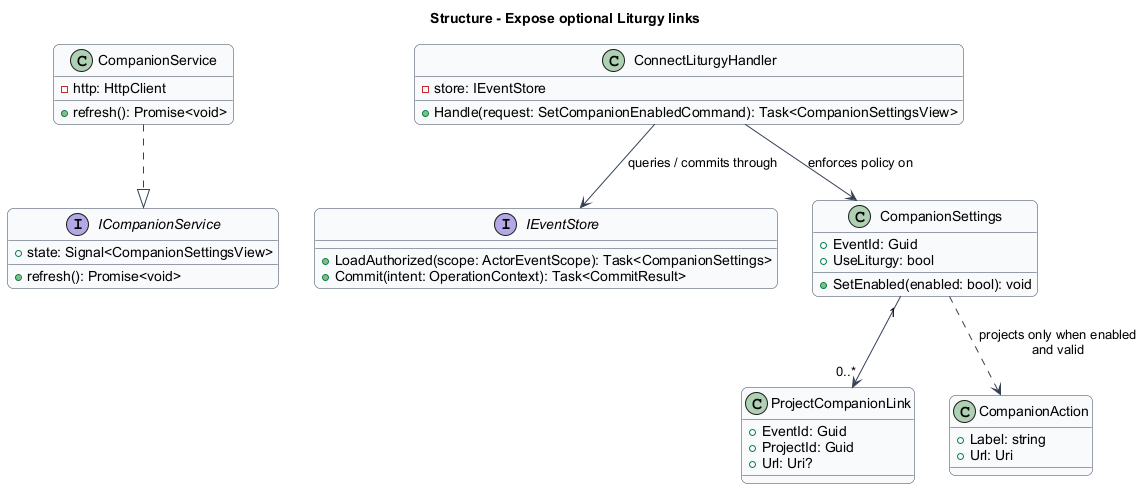
The PlantUML diagram docs/detailed-designs/companion-links/connect-liturgy/diagrams/classes.png in QuinntyneBrown/faithtech-toronto-ai-build-event, before a commit. The source it was exported from:
```plantuml
@startuml
skinparam backgroundColor #FFFFFF
skinparam shadowing false
skinparam roundcorner 12
skinparam defaultFontName Arial
skinparam ArrowColor #344054
skinparam classBackgroundColor #F9FAFB
skinparam classBorderColor #344054
skinparam sequenceMessageAlign center
skinparam maxMessageSize 180
title Structure - Expose optional Liturgy links
interface ICompanionService {
  +state: Signal<CompanionSettingsView>
  +refresh(): Promise<void>
}
class CompanionService {
  -http: HttpClient
  +refresh(): Promise<void>
}
class ConnectLiturgyHandler {
  -store: IEventStore
  +Handle(request: SetCompanionEnabledCommand): Task<CompanionSettingsView>
}
interface IEventStore {
  +LoadAuthorized(scope: ActorEventScope): Task<CompanionSettings>
  +Commit(intent: OperationContext): Task<CommitResult>
}
class CompanionSettings {
  +EventId: Guid
  +UseLiturgy: bool
  +SetEnabled(enabled: bool): void
}
CompanionService ..|> ICompanionService
ConnectLiturgyHandler --> IEventStore : queries / commits through
ConnectLiturgyHandler --> CompanionSettings : enforces policy on
class ProjectCompanionLink {
  +EventId: Guid
  +ProjectId: Guid
  +Url: Uri?
}
class CompanionAction {
  +Label: string
  +Url: Uri
}
CompanionSettings "1" --> "0..*" ProjectCompanionLink
CompanionSettings ..> CompanionAction : projects only when enabled and valid

@enduml
```
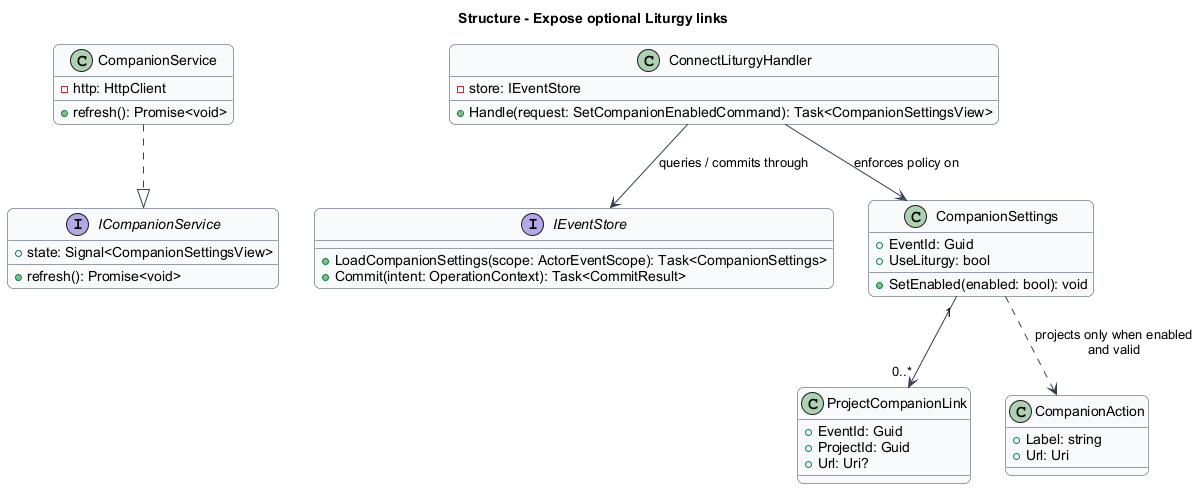
Later version of the same file.

Diff of the diagram source:
```diff
@@ -22,7 +22,7 @@
   +Handle(request: SetCompanionEnabledCommand): Task<CompanionSettingsView>
 }
 interface IEventStore {
-  +LoadAuthorized(scope: ActorEventScope): Task<CompanionSettings>
+  +LoadCompanionSettings(scope: ActorEventScope): Task<CompanionSettings>
   +Commit(intent: OperationContext): Task<CommitResult>
 }
 class CompanionSettings {
```
